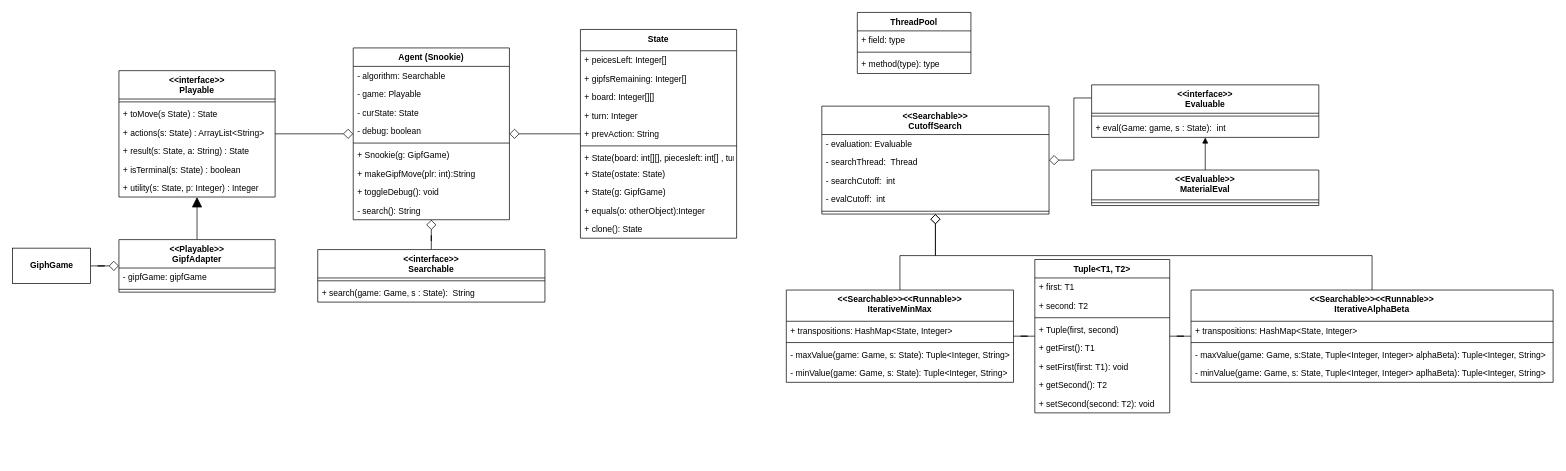
Before: diagrams/CSC3335_Project3.drawio in tone-man/tone-man-hancockcraveirocanfield_3335_project3, a draw.io diagram. Source tidied: cells renumbered, new cells numbered last; positions are measured from the earlier drawing's top-left corner, leaving out a move shared by most shapes. Both pictures are drawn from the tidied source at 71%, with x=0, y=0 at pixel (12, 12).
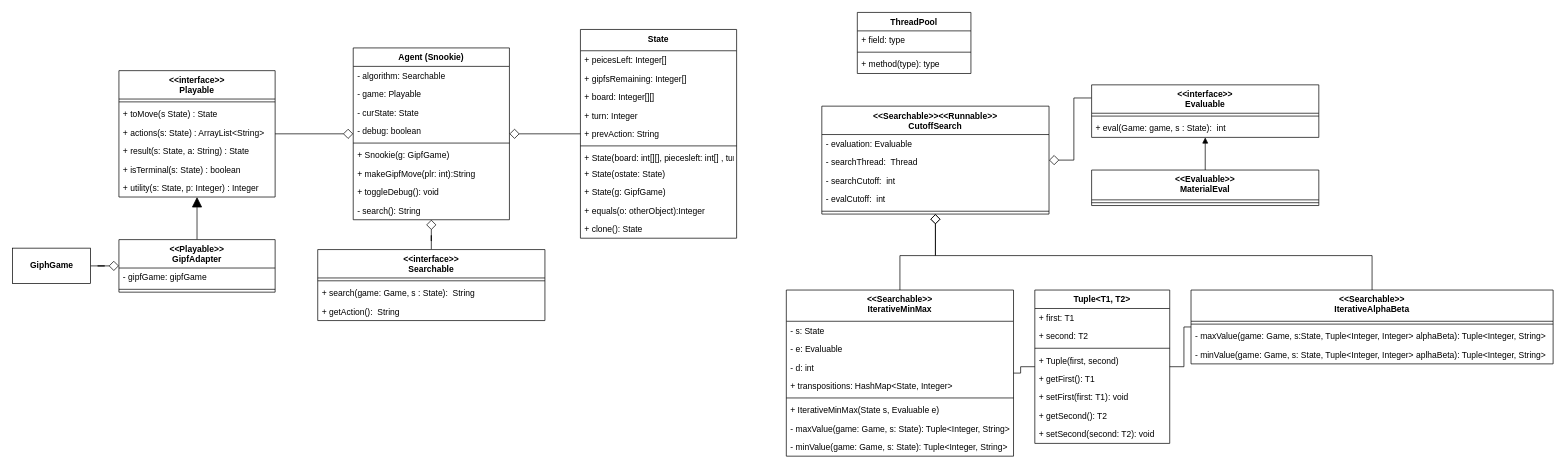
After the change.

What changed in the source:
```diff
@@
-    <mxCell id="13" value="&lt;&lt;Searchable&gt;&gt;&lt;&lt;Runnable&gt;&gt;&#10;IterativeMinMax" style="swimlane;fontStyle=1;align=center;verticalAlign=top;horizontal=1;startSize=44;" parent="1" vertex="1">
-      <mxGeometry x="1090" y="391" width="320" height="130" as="geometry" />
+    <mxCell id="13" value="&lt;&lt;Searchable&gt;&gt;&#10;IterativeMinMax" style="swimlane;fontStyle=1;align=center;verticalAlign=top;horizontal=1;startSize=44;" parent="1" vertex="1">
+      <mxGeometry x="1090" y="391" width="320" height="234" as="geometry" />
     </mxCell>
-    <mxCell id="14" value="+ transpositions: HashMap&lt;State, Integer&gt;" style="text;strokeColor=none;fillColor=none;align=left;verticalAlign=top;spacingLeft=4;spacingRight=4;overflow=hidden;" parent="13" vertex="1">
-      <mxGeometry y="44" width="320" height="26" as="geometry" />
-    </mxCell>
+    <mxCell id="83" value="- s: State" style="text;strokeColor=none;fillColor=none;align=left;verticalAlign=top;spacingLeft=4;spacingRight=4;overflow=hidden;" parent="13" vertex="1">
+      <mxGeometry y="44" width="320" height="26" as="geometry" />
+    </mxCell>
+    <mxCell id="84" value="- e: Evaluable" style="text;strokeColor=none;fillColor=none;align=left;verticalAlign=top;spacingLeft=4;spacingRight=4;overflow=hidden;" parent="13" vertex="1">
+      <mxGeometry y="70" width="320" height="26" as="geometry" />
+    </mxCell>
+    <mxCell id="85" value="- d: int" style="text;strokeColor=none;fillColor=none;align=left;verticalAlign=top;spacingLeft=4;spacingRight=4;overflow=hidden;" parent="13" vertex="1">
+      <mxGeometry y="96" width="320" height="26" as="geometry" />
+    </mxCell>
+    <mxCell id="28" value="+ transpositions: HashMap&lt;State, Integer&gt;" style="text;strokeColor=none;fillColor=none;align=left;verticalAlign=top;spacingLeft=4;spacingRight=4;overflow=hidden;" parent="13" vertex="1">
+      <mxGeometry y="122" width="320" height="26" as="geometry" />
+    </mxCell>
     <mxCell id="15" style="line;strokeWidth=1;fillColor=none;align=left;verticalAlign=middle;spacingTop=-1;spacingLeft=3;spacingRight=3;labelPosition=right;strokeColor=inherit;" parent="13" vertex="1">
-      <mxGeometry y="70" width="320" height="8" as="geometry" />
+      <mxGeometry y="148" width="320" height="8" as="geometry" />
     </mxCell>
+    <mxCell id="86" value="+ IterativeMinMax(State s, Evaluable e)" style="text;strokeColor=none;fillColor=none;align=left;verticalAlign=top;spacingLeft=4;spacingRight=4;overflow=hidden;" parent="13" vertex="1">
+      <mxGeometry y="156" width="320" height="26" as="geometry" />
+    </mxCell>
     <mxCell id="16" value="- maxValue(game: Game, s: State): Tuple&lt;Integer, String&gt;" style="text;strokeColor=none;fillColor=none;align=left;verticalAlign=top;spacingLeft=4;spacingRight=4;overflow=hidden;" parent="13" vertex="1">
-      <mxGeometry y="78" width="320" height="26" as="geometry" />
+      <mxGeometry y="182" width="320" height="26" as="geometry" />
     </mxCell>
     <mxCell id="17" value="- minValue(game: Game, s: State): Tuple&lt;Integer, String&gt; " style="text;strokeColor=none;fillColor=none;align=left;verticalAlign=top;spacingLeft=4;spacingRight=4;overflow=hidden;" parent="13" vertex="1">
-      <mxGeometry y="104" width="320" height="26" as="geometry" />
+      <mxGeometry y="208" width="320" height="26" as="geometry" />
     </mxCell>
@@
-    <mxCell id="27" value="&lt;&lt;Searchable&gt;&gt;&lt;&lt;Runnable&gt;&gt;&#10;IterativeAlphaBeta" style="swimlane;fontStyle=1;align=center;verticalAlign=top;horizontal=1;startSize=44;" parent="1" vertex="1">
-      <mxGeometry x="1660" y="391" width="510" height="130" as="geometry" />
+    <mxCell id="27" value="&lt;&lt;Searchable&gt;&gt;&#10;IterativeAlphaBeta" style="swimlane;fontStyle=1;align=center;verticalAlign=top;horizontal=1;startSize=44;" parent="1" vertex="1">
+      <mxGeometry x="1660" y="391" width="510" height="104" as="geometry" />
     </mxCell>
-    <mxCell id="28" value="+ transpositions: HashMap&lt;State, Integer&gt;" style="text;strokeColor=none;fillColor=none;align=left;verticalAlign=top;spacingLeft=4;spacingRight=4;overflow=hidden;" parent="27" vertex="1">
-      <mxGeometry y="44" width="510" height="26" as="geometry" />
-    </mxCell>
     <mxCell id="29" style="line;strokeWidth=1;fillColor=none;align=left;verticalAlign=middle;spacingTop=-1;spacingLeft=3;spacingRight=3;labelPosition=right;strokeColor=inherit;" parent="27" vertex="1">
-      <mxGeometry y="70" width="510" height="8" as="geometry" />
+      <mxGeometry y="44" width="510" height="8" as="geometry" />
     </mxCell>
     <mxCell id="30" value="- maxValue(game: Game, s:State, Tuple&lt;Integer, Integer&gt; alphaBeta): Tuple&lt;Integer, String&gt;" style="text;strokeColor=none;fillColor=none;align=left;verticalAlign=top;spacingLeft=4;spacingRight=4;overflow=hidden;" parent="27" vertex="1">
-      <mxGeometry y="78" width="510" height="26" as="geometry" />
+      <mxGeometry y="52" width="510" height="26" as="geometry" />
     </mxCell>
     <mxCell id="31" value="- minValue(game: Game, s: State, Tuple&lt;Integer, Integer&gt; aplhaBeta): Tuple&lt;Integer, String&gt; " style="text;strokeColor=none;fillColor=none;align=left;verticalAlign=top;spacingLeft=4;spacingRight=4;overflow=hidden;" parent="27" vertex="1">
-      <mxGeometry y="104" width="510" height="26" as="geometry" />
+      <mxGeometry y="78" width="510" height="26" as="geometry" />
     </mxCell>
@@
-    <mxCell id="36" value="&lt;&lt;Searchable&gt;&gt;&#10;CutoffSearch" style="swimlane;fontStyle=1;align=center;verticalAlign=top;horizontal=1;startSize=40;" parent="1" vertex="1">
+    <mxCell id="36" value="&lt;&lt;Searchable&gt;&gt;&lt;&lt;Runnable&gt;&gt;&#10;CutoffSearch" style="swimlane;fontStyle=1;align=center;verticalAlign=top;horizontal=1;startSize=40;" parent="1" vertex="1">
       <mxGeometry x="1140" y="132" width="320" height="152" as="geometry" />
     </mxCell>
@@
     <mxCell id="50" value="&lt;&lt;interface&gt;&gt;&#10;Searchable" style="swimlane;fontStyle=1;align=center;verticalAlign=top;horizontal=1;startSize=40;" parent="1" vertex="1">
-      <mxGeometry x="430" y="334" width="320" height="74" as="geometry" />
+      <mxGeometry x="430" y="334" width="320" height="100" as="geometry" />
     </mxCell>
@@
+    <mxCell id="87" value="+ getAction():  String" style="text;strokeColor=none;fillColor=none;align=left;verticalAlign=top;spacingLeft=4;spacingRight=4;overflow=hidden;" parent="50" vertex="1">
+      <mxGeometry y="74" width="320" height="26" as="geometry" />
+    </mxCell>
@@
     <mxCell id="68" value="Tuple&lt;T1, T2&gt;" style="swimlane;fontStyle=1;align=center;verticalAlign=top;horizontal=1;startSize=26;" parent="1" vertex="1">
-      <mxGeometry x="1440" y="348" width="190" height="216" as="geometry" />
+      <mxGeometry x="1440" y="391" width="190" height="216" as="geometry" />
     </mxCell>
```
